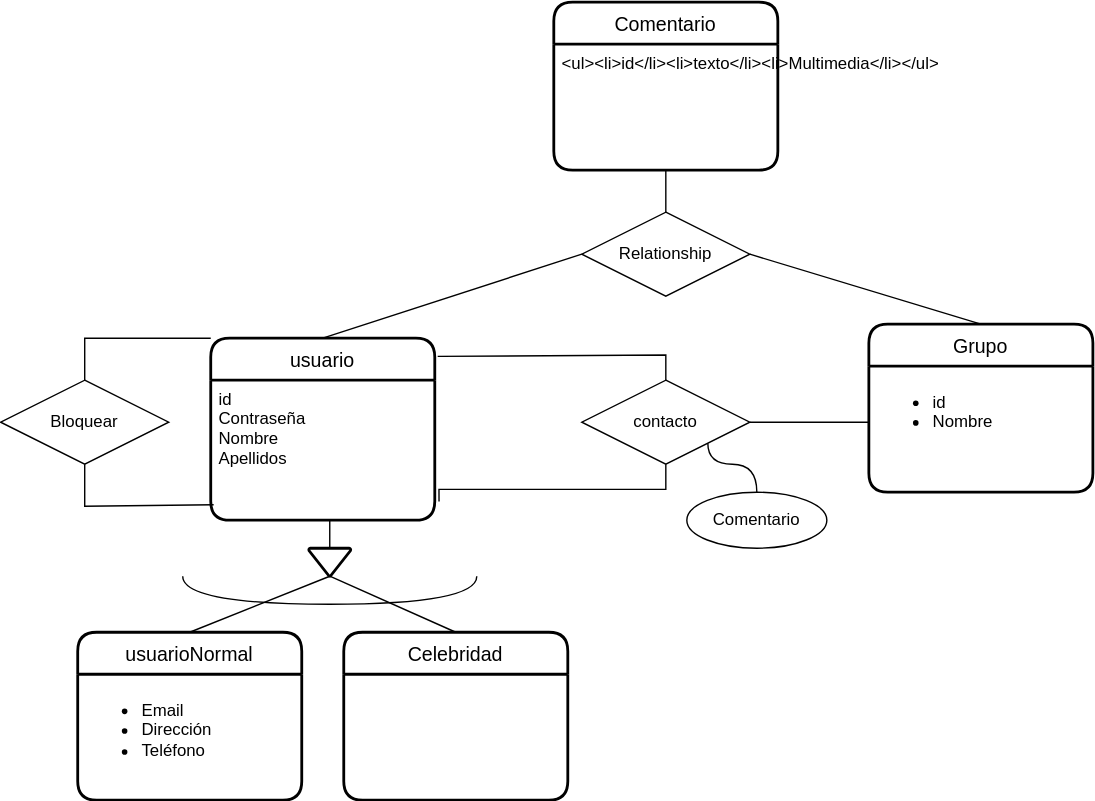
Earlier version of the draw.io export UD12-14.svg (Jimxx22/C3-UD11-UML). Source tidied: cells renumbered, new cells last; positions are measured from the earlier drawing's top-left corner, leaving out a move shared by most shapes.
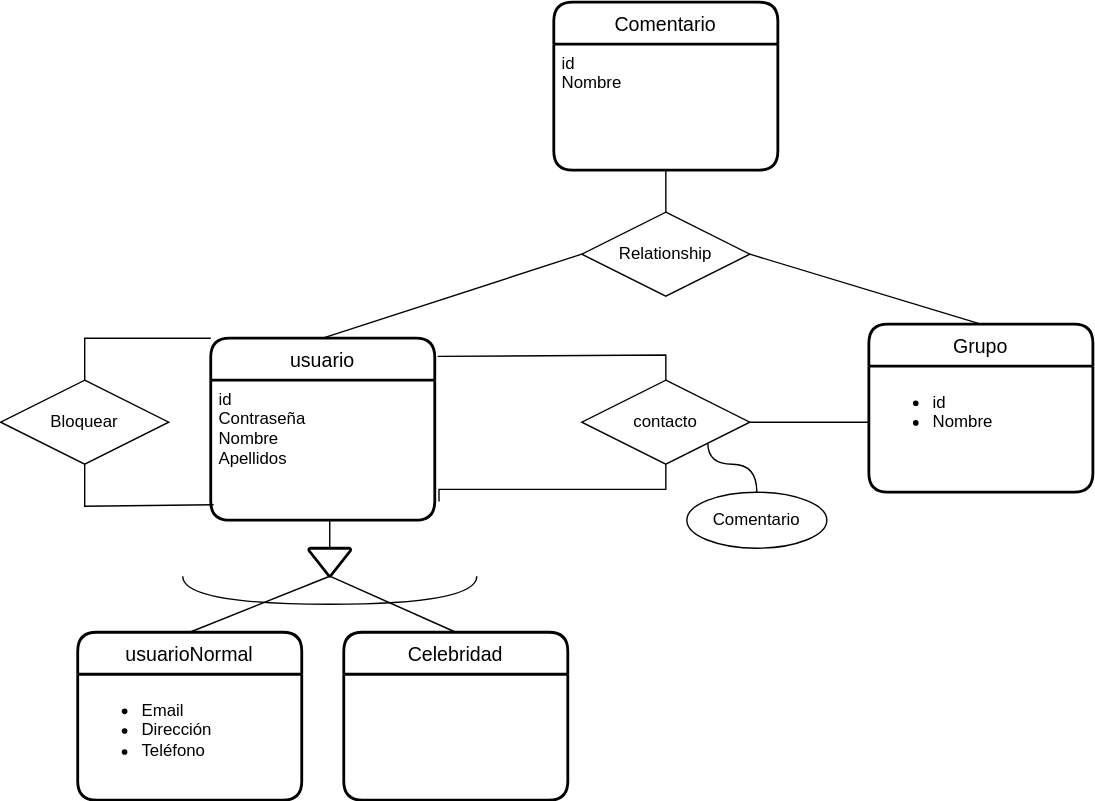
The same file after the commit.

The edit, as a diff of the source:
```diff
@@ -29,7 +29,7 @@
     <mxCell id="10" value="Comentario" style="swimlane;horizontal=1;startSize=30;rounded=1;fontSize=14;fontStyle=0;strokeWidth=2;shadow=0;dashed=0;align=center;" parent="1" vertex="1">
       <mxGeometry x="395" width="160" height="120" as="geometry" />
     </mxCell>
-    <mxCell id="11" value="&lt;ul&gt;&lt;li&gt;id&lt;/li&gt;&lt;li&gt;texto&lt;/li&gt;&lt;li&gt;Multimedia&lt;/li&gt;&lt;/ul&gt;" style="align=left;strokeColor=none;fillColor=none;spacingLeft=4;fontSize=12;verticalAlign=top;fontStyle=0;" parent="10" vertex="1">
+    <mxCell id="11" value="id&#10;Nombre&#10;" style="align=left;strokeColor=none;fillColor=none;spacingLeft=4;fontSize=12;verticalAlign=top;fontStyle=0;" parent="10" vertex="1">
       <mxGeometry y="30" width="160" height="90" as="geometry" />
     </mxCell>
     <mxCell id="12" style="edgeStyle=orthogonalEdgeStyle;rounded=0;jettySize=auto;html=1;exitX=0.5;exitY=0;exitDx=0;exitDy=0;entryX=1.013;entryY=0.1;entryDx=0;entryDy=0;entryPerimeter=0;endArrow=none;endFill=0;" parent="1" edge="1" source="15" target="2">
```
